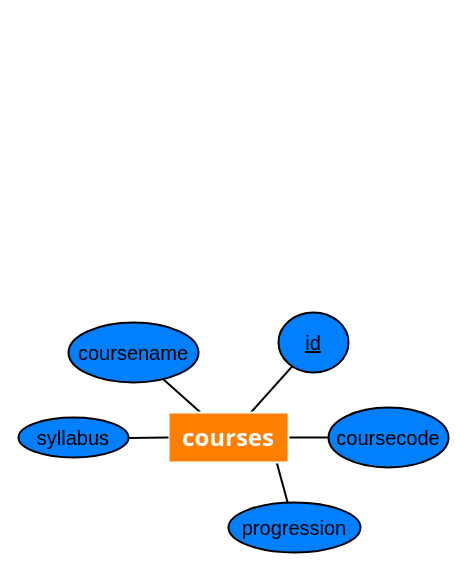
This is er-diagram.drawio from jenniferchristine/jeja2306_moment1_dt207g, a draw.io file, before an edit. Source tidied: cells renumbered, new cells numbered last; positions are measured from the earlier drawing's top-left corner, leaving out a move shared by most shapes. Both pictures are drawn from the tidied source at 100%, with x=0, y=0 at pixel (18, 312).
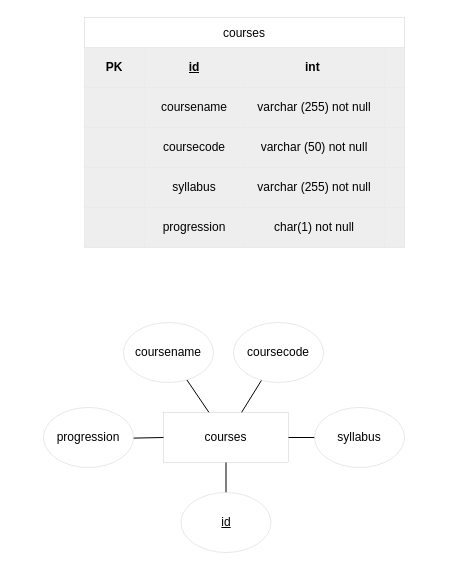
The same diagram, later.

The edit, as a diff of the source:
```diff
@@
-    <mxCell id="2" style="edgeStyle=none;html=1;endArrow=none;endFill=0;strokeWidth=2;" parent="1" edge="1" source="10" target="8">
-      <mxGeometry relative="1" as="geometry" />
-    </mxCell>
-    <mxCell id="3" style="edgeStyle=none;html=1;endArrow=none;endFill=0;strokeWidth=2;" parent="1" edge="1" source="10" target="7">
-      <mxGeometry relative="1" as="geometry" />
-    </mxCell>
-    <mxCell id="4" style="edgeStyle=none;html=1;strokeWidth=2;fontSize=15;fontColor=#FFFFFF;endArrow=none;endFill=0;" parent="1" edge="1" source="10" target="9">
-      <mxGeometry relative="1" as="geometry" />
-    </mxCell>
-    <mxCell id="5" style="endArrow=none;html=1;strokeWidth=2;" parent="1" edge="1" target="6">
-      <mxGeometry relative="1" as="geometry">
-        <mxPoint x="250" y="120" as="sourcePoint" />
-      </mxGeometry>
-    </mxCell>
-    <mxCell id="6" value="&lt;font style=&quot;font-size: 20px;&quot;&gt;progression&lt;/font&gt;" style="ellipse;whiteSpace=wrap;html=1;fontSize=20;fillColor=#007FFF;strokeWidth=2;" parent="1" vertex="1">
-      <mxGeometry x="210" y="190" width="132" height="50" as="geometry" />
-    </mxCell>
-    <mxCell id="7" value="coursecode" style="ellipse;whiteSpace=wrap;html=1;fontSize=20;fillColor=#007FFF;strokeWidth=2;" parent="1" vertex="1">
-      <mxGeometry x="310" y="95" width="120" height="60" as="geometry" />
-    </mxCell>
-    <mxCell id="8" value="&lt;u style=&quot;font-size: 20px;&quot;&gt;&lt;font style=&quot;font-size: 20px;&quot;&gt;id&lt;/font&gt;&lt;/u&gt;" style="ellipse;whiteSpace=wrap;html=1;fontSize=20;fillColor=#007FFF;strokeWidth=2;" parent="1" vertex="1">
-      <mxGeometry x="260" width="70" height="60" as="geometry" />
-    </mxCell>
-    <mxCell id="9" value="&lt;font style=&quot;font-size: 20px;&quot;&gt;coursename&lt;/font&gt;" style="ellipse;whiteSpace=wrap;html=1;fontSize=20;fillColor=#007FFF;strokeWidth=2;" parent="1" vertex="1">
-      <mxGeometry x="50" y="10" width="130" height="60" as="geometry" />
-    </mxCell>
-    <mxCell id="10" value="&lt;span style=&quot;font-size: 24px;&quot;&gt;&lt;font color=&quot;#ffffff&quot; style=&quot;font-size: 24px;&quot;&gt;courses&lt;/font&gt;&lt;/span&gt;" style="rounded=0;whiteSpace=wrap;html=1;fillColor=#FF8000;strokeColor=#FFFFFF;fontColor=#1a1919;fontStyle=1;strokeWidth=2;fontFamily=Tahoma;fontSize=24;" parent="1" vertex="1">
-      <mxGeometry x="150" y="100" width="120" height="50" as="geometry" />
-    </mxCell>
-    <mxCell id="11" value="&lt;font style=&quot;font-size: 20px;&quot;&gt;syllabus&lt;/font&gt;" style="ellipse;whiteSpace=wrap;html=1;fontSize=20;fillColor=#007FFF;strokeWidth=2;" parent="1" vertex="1">
-      <mxGeometry y="105" width="110" height="40" as="geometry" />
-    </mxCell>
-    <mxCell id="12" style="endArrow=none;html=1;strokeWidth=2;" parent="1" edge="1" source="11" target="10">
-      <mxGeometry relative="1" as="geometry" />
-    </mxCell>
+    <mxCell id="13" value="courses" style="shape=table;startSize=30;childLayout=tableLayout;strokeWidth=0;strokeColor=#050505;" parent="1" vertex="1">
+      <mxGeometry x="66" y="-295" width="320" height="230" as="geometry" />
+    </mxCell>
+    <mxCell id="14" style="shape=tableRow;horizontal=0;startSize=0;swimlaneHead=0;swimlaneBody=0;top=0;left=0;bottom=0;right=0;fillColor=none;strokeColor=#18141d;strokeWidth=0;fontColor=#0a0a0a;" parent="13" vertex="1">
+      <mxGeometry y="30" width="320" height="40" as="geometry" />
+    </mxCell>
+    <mxCell id="15" value="&lt;font color=&quot;#000000&quot;&gt;&lt;b&gt;PK&lt;/b&gt;&lt;/font&gt;" style="shape=partialRectangle;html=1;whiteSpace=wrap;overflow=hidden;fillColor=#eeeeee;top=0;left=0;bottom=0;right=0;strokeColor=#36393d;strokeWidth=0;" parent="14" vertex="1">
+      <mxGeometry width="60" height="40" as="geometry" />
+    </mxCell>
+    <mxCell id="16" value="&lt;b style=&quot;&quot;&gt;&lt;u style=&quot;&quot;&gt;&lt;font color=&quot;#000000&quot;&gt;id&lt;/font&gt;&lt;/u&gt;&lt;/b&gt;" style="shape=partialRectangle;html=1;whiteSpace=wrap;overflow=hidden;fillColor=#eeeeee;top=0;left=0;bottom=0;right=0;strokeColor=#36393d;strokeWidth=0;" parent="14" vertex="1">
+      <mxGeometry x="60" width="100" height="40" as="geometry" />
+    </mxCell>
+    <mxCell id="17" value="&lt;b style=&quot;&quot;&gt;&lt;font color=&quot;#000000&quot;&gt;int&amp;nbsp;&lt;/font&gt;&lt;/b&gt;" style="shape=partialRectangle;html=1;whiteSpace=wrap;overflow=hidden;fillColor=#eeeeee;top=0;left=0;bottom=0;right=0;strokeColor=#36393d;strokeWidth=0;" parent="14" vertex="1">
+      <mxGeometry x="160" width="140" height="40" as="geometry" />
+    </mxCell>
+    <mxCell id="18" style="shape=partialRectangle;html=1;whiteSpace=wrap;overflow=hidden;fillColor=#eeeeee;top=0;left=0;bottom=0;right=0;strokeColor=#36393d;strokeWidth=0;" parent="14" vertex="1">
+      <mxGeometry x="300" width="20" height="40" as="geometry" />
+    </mxCell>
+    <mxCell id="19" style="shape=tableRow;horizontal=0;startSize=0;swimlaneHead=0;swimlaneBody=0;top=0;left=0;bottom=0;right=0;fillColor=none;strokeColor=#18141d;strokeWidth=0;fontColor=#0a0a0a;" parent="13" vertex="1">
+      <mxGeometry y="70" width="320" height="40" as="geometry" />
+    </mxCell>
+    <mxCell id="20" style="shape=partialRectangle;html=1;whiteSpace=wrap;overflow=hidden;fillColor=#eeeeee;top=0;left=0;bottom=0;right=0;strokeColor=#36393d;strokeWidth=0;" parent="19" vertex="1">
+      <mxGeometry width="60" height="40" as="geometry" />
+    </mxCell>
+    <mxCell id="21" value="&lt;font color=&quot;#030303&quot;&gt;coursename&lt;/font&gt;" style="shape=partialRectangle;html=1;whiteSpace=wrap;overflow=hidden;fillColor=#eeeeee;top=0;left=0;bottom=0;right=0;strokeColor=#36393d;strokeWidth=0;" parent="19" vertex="1">
+      <mxGeometry x="60" width="100" height="40" as="geometry" />
+    </mxCell>
+    <mxCell id="22" value="&lt;font color=&quot;#000000&quot;&gt;varchar (255) not null&lt;/font&gt;" style="shape=partialRectangle;html=1;whiteSpace=wrap;overflow=hidden;fillColor=#eeeeee;top=0;left=0;bottom=0;right=0;strokeColor=#36393d;strokeWidth=0;" parent="19" vertex="1">
+      <mxGeometry x="160" width="140" height="40" as="geometry" />
+    </mxCell>
+    <mxCell id="23" style="shape=partialRectangle;html=1;whiteSpace=wrap;overflow=hidden;fillColor=#eeeeee;top=0;left=0;bottom=0;right=0;strokeColor=#36393d;strokeWidth=0;" parent="19" vertex="1">
+      <mxGeometry x="300" width="20" height="40" as="geometry" />
+    </mxCell>
+    <mxCell id="24" style="shape=tableRow;horizontal=0;startSize=0;swimlaneHead=0;swimlaneBody=0;top=0;left=0;bottom=0;right=0;fillColor=none;strokeColor=#18141d;strokeWidth=0;fontColor=#0a0a0a;" parent="13" vertex="1">
+      <mxGeometry y="110" width="320" height="40" as="geometry" />
+    </mxCell>
+    <mxCell id="25" style="shape=partialRectangle;html=1;whiteSpace=wrap;overflow=hidden;fillColor=#eeeeee;top=0;left=0;bottom=0;right=0;strokeColor=#36393d;strokeWidth=0;" parent="24" vertex="1">
+      <mxGeometry width="60" height="40" as="geometry" />
+    </mxCell>
+    <mxCell id="26" value="&lt;font color=&quot;#000000&quot;&gt;coursecode&lt;/font&gt;" style="shape=partialRectangle;html=1;whiteSpace=wrap;overflow=hidden;fillColor=#eeeeee;top=0;left=0;bottom=0;right=0;strokeColor=#36393d;strokeWidth=0;" parent="24" vertex="1">
+      <mxGeometry x="60" width="100" height="40" as="geometry" />
+    </mxCell>
+    <mxCell id="27" value="&lt;font color=&quot;#000000&quot;&gt;varchar (50) not null&lt;/font&gt;" style="shape=partialRectangle;html=1;whiteSpace=wrap;overflow=hidden;fillColor=#eeeeee;top=0;left=0;bottom=0;right=0;strokeColor=#36393d;strokeWidth=0;" parent="24" vertex="1">
+      <mxGeometry x="160" width="140" height="40" as="geometry" />
+    </mxCell>
+    <mxCell id="28" style="shape=partialRectangle;html=1;whiteSpace=wrap;overflow=hidden;fillColor=#eeeeee;top=0;left=0;bottom=0;right=0;strokeColor=#36393d;strokeWidth=0;" parent="24" vertex="1">
+      <mxGeometry x="300" width="20" height="40" as="geometry" />
+    </mxCell>
+    <mxCell id="29" style="shape=tableRow;horizontal=0;startSize=0;swimlaneHead=0;swimlaneBody=0;top=0;left=0;bottom=0;right=0;fillColor=none;strokeColor=#18141d;strokeWidth=0;fontColor=#0a0a0a;" parent="13" vertex="1">
+      <mxGeometry y="150" width="320" height="40" as="geometry" />
+    </mxCell>
+    <mxCell id="30" style="shape=partialRectangle;html=1;whiteSpace=wrap;overflow=hidden;fillColor=#eeeeee;top=0;left=0;bottom=0;right=0;strokeColor=#36393d;strokeWidth=0;" parent="29" vertex="1">
+      <mxGeometry width="60" height="40" as="geometry" />
+    </mxCell>
+    <mxCell id="31" value="&lt;font color=&quot;#000000&quot;&gt;syllabus&lt;/font&gt;" style="shape=partialRectangle;html=1;whiteSpace=wrap;overflow=hidden;fillColor=#eeeeee;top=0;left=0;bottom=0;right=0;strokeColor=#36393d;strokeWidth=0;" parent="29" vertex="1">
+      <mxGeometry x="60" width="100" height="40" as="geometry" />
+    </mxCell>
+    <mxCell id="32" value="&lt;font color=&quot;#000000&quot;&gt;varchar (255) not null&lt;/font&gt;" style="shape=partialRectangle;html=1;whiteSpace=wrap;overflow=hidden;fillColor=#eeeeee;top=0;left=0;bottom=0;right=0;strokeColor=#36393d;strokeWidth=0;" parent="29" vertex="1">
+      <mxGeometry x="160" width="140" height="40" as="geometry" />
+    </mxCell>
+    <mxCell id="33" style="shape=partialRectangle;html=1;whiteSpace=wrap;overflow=hidden;fillColor=#eeeeee;top=0;left=0;bottom=0;right=0;strokeColor=#36393d;strokeWidth=0;" parent="29" vertex="1">
+      <mxGeometry x="300" width="20" height="40" as="geometry" />
+    </mxCell>
+    <mxCell id="34" style="shape=tableRow;horizontal=0;startSize=0;swimlaneHead=0;swimlaneBody=0;top=0;left=0;bottom=0;right=0;fillColor=none;strokeColor=#18141d;strokeWidth=0;fontColor=#0a0a0a;" parent="13" vertex="1">
+      <mxGeometry y="190" width="320" height="40" as="geometry" />
+    </mxCell>
+    <mxCell id="35" style="shape=partialRectangle;html=1;whiteSpace=wrap;overflow=hidden;fillColor=#eeeeee;top=0;left=0;bottom=0;right=0;strokeColor=#36393d;strokeWidth=0;" parent="34" vertex="1">
+      <mxGeometry width="60" height="40" as="geometry" />
+    </mxCell>
+    <mxCell id="36" value="&lt;font color=&quot;#000000&quot;&gt;progression&lt;/font&gt;" style="shape=partialRectangle;html=1;whiteSpace=wrap;overflow=hidden;fillColor=#eeeeee;top=0;left=0;bottom=0;right=0;strokeColor=#36393d;strokeWidth=0;" parent="34" vertex="1">
+      <mxGeometry x="60" width="100" height="40" as="geometry" />
+    </mxCell>
+    <mxCell id="37" value="&lt;font color=&quot;#000000&quot;&gt;char(1) not null&lt;/font&gt;" style="shape=partialRectangle;html=1;whiteSpace=wrap;overflow=hidden;fillColor=#eeeeee;top=0;left=0;bottom=0;right=0;strokeColor=#36393d;strokeWidth=0;" parent="34" vertex="1">
+      <mxGeometry x="160" width="140" height="40" as="geometry" />
+    </mxCell>
+    <mxCell id="38" style="shape=partialRectangle;html=1;whiteSpace=wrap;overflow=hidden;fillColor=#eeeeee;top=0;left=0;bottom=0;right=0;strokeColor=#36393d;strokeWidth=0;" parent="34" vertex="1">
+      <mxGeometry x="300" width="20" height="40" as="geometry" />
+    </mxCell>
+    <mxCell id="39" style="edgeStyle=none;html=1;fontColor=#000000;endArrow=none;endFill=0;" parent="1" edge="1" source="41" target="42">
+      <mxGeometry relative="1" as="geometry" />
+    </mxCell>
+    <mxCell id="40" style="edgeStyle=none;html=1;fontColor=#000000;endArrow=none;endFill=0;" parent="1" edge="1" source="41" target="43">
+      <mxGeometry relative="1" as="geometry" />
+    </mxCell>
+    <mxCell id="41" value="courses" style="rounded=0;whiteSpace=wrap;html=1;strokeColor=#050505;strokeWidth=0;fontColor=#000000;fillColor=#FFFFFF;" parent="1" vertex="1">
+      <mxGeometry x="145" y="100" width="125" height="50" as="geometry" />
+    </mxCell>
+    <mxCell id="42" value="coursename" style="ellipse;whiteSpace=wrap;html=1;strokeColor=#050505;strokeWidth=0;fontColor=#000000;fillColor=#FFFFFF;" parent="1" vertex="1">
+      <mxGeometry x="105" y="10" width="90" height="60" as="geometry" />
+    </mxCell>
+    <mxCell id="43" value="coursecode" style="ellipse;whiteSpace=wrap;html=1;strokeColor=#050505;strokeWidth=0;fontColor=#000000;fillColor=#FFFFFF;" parent="1" vertex="1">
+      <mxGeometry x="215" y="10" width="90" height="60" as="geometry" />
+    </mxCell>
+    <mxCell id="44" style="edgeStyle=none;html=1;fontColor=#000000;endArrow=none;endFill=0;" parent="1" edge="1" source="45" target="41">
+      <mxGeometry relative="1" as="geometry" />
+    </mxCell>
+    <mxCell id="45" value="syllabus" style="ellipse;whiteSpace=wrap;html=1;strokeColor=#050505;strokeWidth=0;fontColor=#000000;fillColor=#FFFFFF;" parent="1" vertex="1">
+      <mxGeometry x="296" y="95" width="90" height="60" as="geometry" />
+    </mxCell>
+    <mxCell id="46" style="edgeStyle=none;html=1;fontColor=#000000;endArrow=none;endFill=0;" parent="1" edge="1" source="47" target="41">
+      <mxGeometry relative="1" as="geometry" />
+    </mxCell>
+    <mxCell id="47" value="progression" style="ellipse;whiteSpace=wrap;html=1;strokeColor=#050505;strokeWidth=0;fontColor=#000000;fillColor=#FFFFFF;" parent="1" vertex="1">
+      <mxGeometry x="25" y="95" width="90" height="60" as="geometry" />
+    </mxCell>
+    <mxCell id="48" style="edgeStyle=none;html=1;fontColor=#000000;endArrow=none;endFill=0;" parent="1" edge="1" source="49" target="41">
+      <mxGeometry relative="1" as="geometry" />
+    </mxCell>
+    <mxCell id="49" value="&lt;u&gt;id&lt;/u&gt;" style="ellipse;whiteSpace=wrap;html=1;strokeColor=#050505;strokeWidth=0;fontColor=#000000;fillColor=#FFFFFF;" parent="1" vertex="1">
+      <mxGeometry x="162.5" y="180" width="90" height="60" as="geometry" />
+    </mxCell>
```
